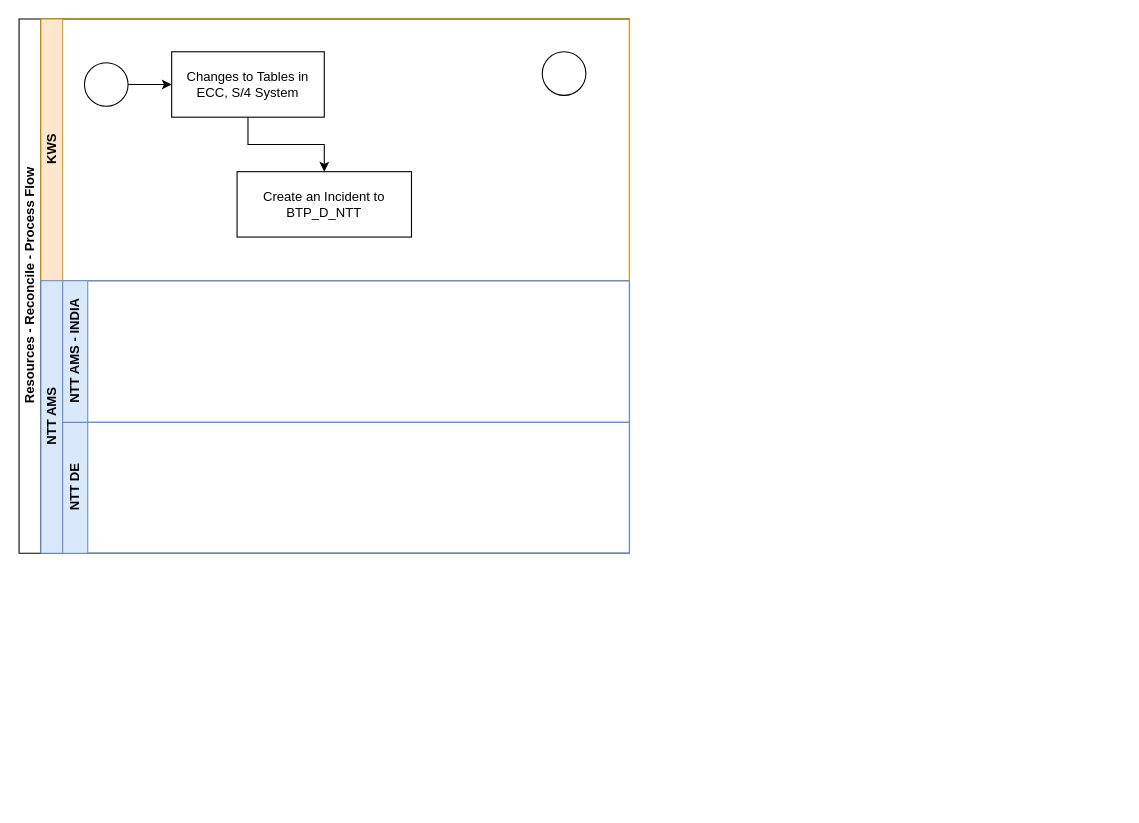
Earlier version of the draw.io diagram Untitled Diagram.drawio (sharathmg-sap/code-ux). Source tidied: cells renumbered, new cells numbered last; positions are measured from the earlier drawing's top-left corner, leaving out a move shared by most shapes. Both pictures are drawn from the tidied source at 109%, with x=0, y=0 at pixel (19, 19).
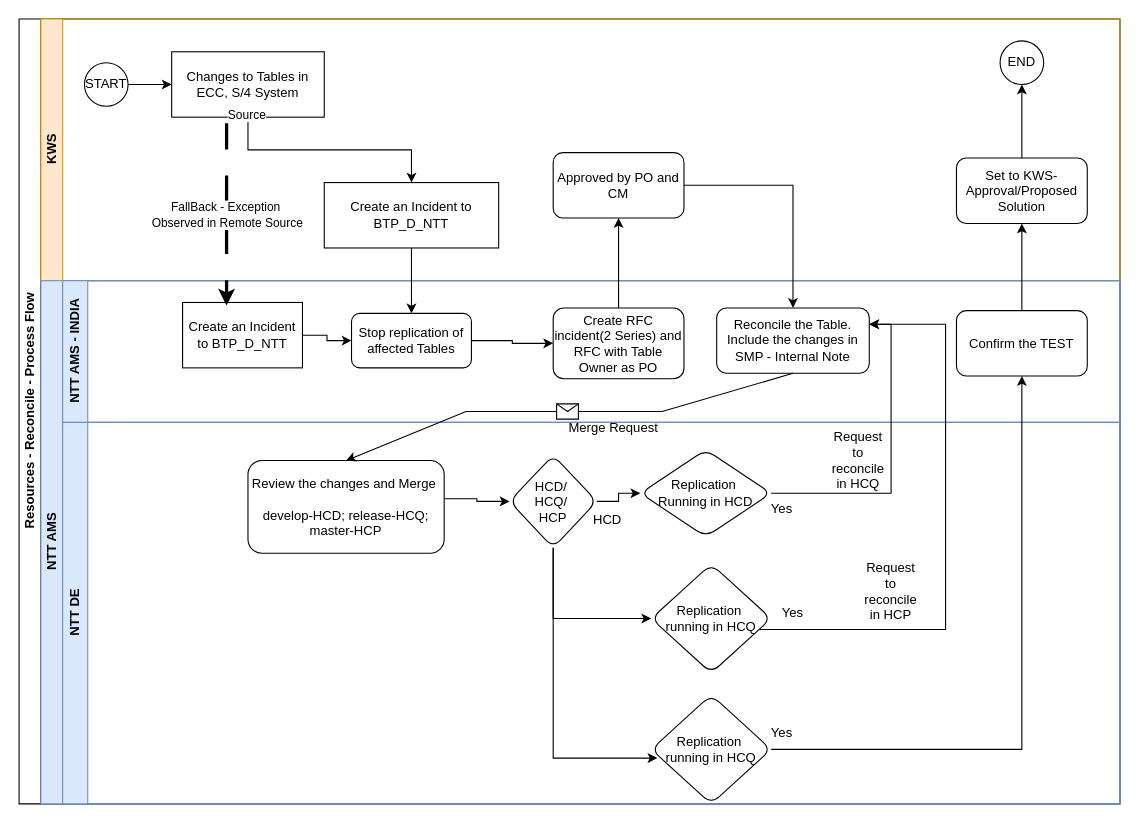
Above is the later version.

Unchanged cells that the change refers to:
```xml
<mxCell id="7" value="Changes to Tables in ECC, S/4 System" style="rounded=0;whiteSpace=wrap;html=1;fontFamily=Helvetica;fontSize=12;fontColor=#000000;align=center;" parent="3" vertex="1">
  <mxGeometry x="120" y="30" width="140" height="60" as="geometry" />
</mxCell>
```

Change to the diagram source:
```diff
@@
     <mxCell id="2" value="Resources - Reconcile - Process Flow" style="swimlane;html=1;horizontal=0;startSize=20;" parent="1" vertex="1">
-      <mxGeometry width="560" height="490" as="geometry" />
+      <mxGeometry width="1010" height="720" as="geometry" />
     </mxCell>
     <mxCell id="3" value="KWS" style="swimlane;html=1;startSize=20;horizontal=0;fillColor=#ffe6cc;strokeColor=#d79b00;" parent="2" vertex="1">
-      <mxGeometry x="20" width="540" height="240" as="geometry" />
+      <mxGeometry x="20" width="990" height="240" as="geometry" />
     </mxCell>
@@
-    <mxCell id="5" style="ellipse;whiteSpace=wrap;html=1;" parent="3" vertex="1">
+    <mxCell id="5" value="START" style="ellipse;whiteSpace=wrap;html=1;" parent="3" vertex="1">
       <mxGeometry x="40" y="40" width="40" height="40" as="geometry" />
     </mxCell>
@@
     <mxCell id="8" value="Create an Incident to BTP_D_NTT" style="rounded=0;whiteSpace=wrap;html=1;fontFamily=Helvetica;fontSize=12;fontColor=#000000;align=center;" parent="3" vertex="1">
-      <mxGeometry x="180" y="140" width="160" height="60" as="geometry" />
+      <mxGeometry x="260" y="150" width="160" height="60" as="geometry" />
     </mxCell>
-    <mxCell id="9" style="ellipse;whiteSpace=wrap;html=1;" parent="3" vertex="1">
-      <mxGeometry x="460" y="30" width="40" height="40" as="geometry" />
+    <mxCell id="9" value="END" style="ellipse;whiteSpace=wrap;html=1;" parent="3" vertex="1">
+      <mxGeometry x="880" y="20" width="40" height="40" as="geometry" />
     </mxCell>
+    <mxCell id="13" value="Approved by PO and CM" style="whiteSpace=wrap;html=1;rounded=1;" parent="3" vertex="1">
+      <mxGeometry x="470" y="122.5" width="120" height="60" as="geometry" />
+    </mxCell>
+    <mxCell id="14" style="edgeStyle=orthogonalEdgeStyle;rounded=0;jettySize=auto;html=1;entryX=0.5;entryY=1;entryDx=0;entryDy=0;" parent="3" edge="1" source="15" target="9">
+      <mxGeometry relative="1" as="geometry" />
+    </mxCell>
+    <mxCell id="15" value="Set to KWS-Approval/Proposed Solution" style="rounded=1;whiteSpace=wrap;html=1;" parent="3" vertex="1">
+      <mxGeometry x="840" y="127.5" width="120" height="60" as="geometry" />
+    </mxCell>
     <mxCell id="10" value="NTT AMS" style="swimlane;html=1;startSize=20;horizontal=0;fillColor=#dae8fc;strokeColor=#6c8ebf;" parent="2" vertex="1">
-      <mxGeometry x="20" y="240" width="540" height="250" as="geometry" />
+      <mxGeometry x="20" y="240" width="990" height="480" as="geometry" />
     </mxCell>
     <mxCell id="11" value="NTT DE" style="swimlane;horizontal=0;whiteSpace=wrap;html=1;fillColor=#dae8fc;strokeColor=#6c8ebf;" parent="10" vertex="1">
-      <mxGeometry x="20" y="130" width="520" height="120" as="geometry" />
+      <mxGeometry x="20" y="130" width="970" height="350" as="geometry" />
     </mxCell>
+    <mxCell id="16" style="edgeStyle=orthogonalEdgeStyle;rounded=0;jettySize=auto;html=1;exitX=1;exitY=0.412;exitDx=0;exitDy=0;exitPerimeter=0;" parent="11" edge="1" source="17" target="24">
+      <mxGeometry relative="1" as="geometry" />
+    </mxCell>
+    <mxCell id="17" value="Review the changes and Merge&amp;nbsp;&lt;div&gt;&amp;nbsp;&lt;div&gt;develop-HCD; release-HCQ; master-HCP&lt;/div&gt;&lt;/div&gt;" style="rounded=1;whiteSpace=wrap;html=1;" parent="11" vertex="1">
+      <mxGeometry x="170" y="35" width="180" height="85" as="geometry" />
+    </mxCell>
+    <mxCell id="18" value="Merge Request" style="text;html=1;align=center;verticalAlign=middle;strokeColor=none;fillColor=none;" parent="11" vertex="1">
+      <mxGeometry x="450" y="-10" width="110" height="30" as="geometry" />
+    </mxCell>
+    <mxCell id="19" value="Replication&amp;nbsp;&lt;div&gt;Running in HCD&lt;/div&gt;" style="rhombus;whiteSpace=wrap;html=1;rounded=1;" parent="11" vertex="1">
+      <mxGeometry x="530" y="25" width="120" height="80" as="geometry" />
+    </mxCell>
+    <mxCell id="20" value="Yes" style="text;html=1;align=center;verticalAlign=middle;whiteSpace=wrap;rounded=0;" parent="11" vertex="1">
+      <mxGeometry x="630" y="65" width="60" height="30" as="geometry" />
+    </mxCell>
+    <mxCell id="21" value="Request to reconcile in HCQ" style="text;html=1;align=center;verticalAlign=middle;whiteSpace=wrap;rounded=0;" parent="11" vertex="1">
+      <mxGeometry x="700" y="20" width="60" height="30" as="geometry" />
+    </mxCell>
+    <mxCell id="22" style="edgeStyle=orthogonalEdgeStyle;rounded=0;jettySize=auto;html=1;entryX=0;entryY=0.5;entryDx=0;entryDy=0;" parent="11" edge="1" source="24" target="19">
+      <mxGeometry relative="1" as="geometry" />
+    </mxCell>
+    <mxCell id="23" style="edgeStyle=orthogonalEdgeStyle;rounded=0;jettySize=auto;html=1;" parent="11" edge="1" source="24" target="26">
+      <mxGeometry relative="1" as="geometry">
+        <Array as="points">
+          <mxPoint x="450" y="180" />
+        </Array>
+      </mxGeometry>
+    </mxCell>
+    <mxCell id="24" value="HCD/&amp;nbsp;&lt;div&gt;HCQ/&amp;nbsp;&lt;/div&gt;&lt;div&gt;HCP&lt;/div&gt;" style="rhombus;whiteSpace=wrap;html=1;rounded=1;" parent="11" vertex="1">
+      <mxGeometry x="410" y="30" width="80" height="85" as="geometry" />
+    </mxCell>
+    <mxCell id="25" value="HCD" style="text;html=1;align=center;verticalAlign=middle;whiteSpace=wrap;rounded=0;" parent="11" vertex="1">
+      <mxGeometry x="470" y="75" width="60" height="30" as="geometry" />
+    </mxCell>
+    <mxCell id="26" value="Replication&amp;nbsp;&lt;div&gt;running in HCQ&lt;/div&gt;" style="rhombus;whiteSpace=wrap;html=1;rounded=1;" parent="11" vertex="1">
+      <mxGeometry x="540" y="130" width="110" height="100" as="geometry" />
+    </mxCell>
+    <mxCell id="27" value="Request to reconcile in HCP" style="text;html=1;align=center;verticalAlign=middle;whiteSpace=wrap;rounded=0;" parent="11" vertex="1">
+      <mxGeometry x="730" y="140" width="60" height="30" as="geometry" />
+    </mxCell>
+    <mxCell id="28" value="Yes" style="text;html=1;align=center;verticalAlign=middle;whiteSpace=wrap;rounded=0;" parent="11" vertex="1">
+      <mxGeometry x="630" y="270" width="60" height="30" as="geometry" />
+    </mxCell>
+    <mxCell id="29" value="Yes" style="text;html=1;align=center;verticalAlign=middle;whiteSpace=wrap;rounded=0;" parent="11" vertex="1">
+      <mxGeometry x="640" y="160" width="60" height="30" as="geometry" />
+    </mxCell>
     <mxCell id="12" value="NTT AMS - INDIA" style="swimlane;horizontal=0;whiteSpace=wrap;html=1;fillColor=#dae8fc;strokeColor=#6c8ebf;" parent="10" vertex="1">
-      <mxGeometry x="20" width="520" height="130" as="geometry" />
+      <mxGeometry x="20" width="970" height="130" as="geometry" />
     </mxCell>
+    <mxCell id="30" style="edgeStyle=orthogonalEdgeStyle;rounded=0;jettySize=auto;html=1;entryX=0;entryY=0.5;entryDx=0;entryDy=0;" parent="12" edge="1" source="31" target="33">
+      <mxGeometry relative="1" as="geometry" />
+    </mxCell>
+    <mxCell id="31" value="Create an Incident to BTP_D_NTT" style="rounded=0;whiteSpace=wrap;html=1;fontFamily=Helvetica;fontSize=12;fontColor=#000000;align=center;" parent="12" vertex="1">
+      <mxGeometry x="110" y="20" width="110" height="60" as="geometry" />
+    </mxCell>
+    <mxCell id="32" style="edgeStyle=orthogonalEdgeStyle;rounded=0;jettySize=auto;html=1;entryX=0;entryY=0.5;entryDx=0;entryDy=0;" parent="12" edge="1" source="33" target="34">
+      <mxGeometry relative="1" as="geometry" />
+    </mxCell>
+    <mxCell id="33" value="Stop replication of affected Tables" style="rounded=1;whiteSpace=wrap;html=1;" parent="12" vertex="1">
+      <mxGeometry x="265" y="30" width="110" height="50" as="geometry" />
+    </mxCell>
+    <mxCell id="34" value="Create RFC incident(2 Series) and RFC with Table Owner as PO" style="whiteSpace=wrap;html=1;rounded=1;" parent="12" vertex="1">
+      <mxGeometry x="450" y="25" width="120" height="65" as="geometry" />
+    </mxCell>
+    <mxCell id="35" value="Reconcile the Table. Include the changes in SMP - Internal Note" style="whiteSpace=wrap;html=1;rounded=1;" parent="12" vertex="1">
+      <mxGeometry x="600" y="25" width="140" height="60" as="geometry" />
+    </mxCell>
+    <mxCell id="36" value="Confirm the TEST" style="rounded=1;whiteSpace=wrap;html=1;" parent="12" vertex="1">
+      <mxGeometry x="820" y="27.5" width="120" height="60" as="geometry" />
+    </mxCell>
+    <mxCell id="37" style="endArrow=none;html=1;rounded=0;entryX=0.5;entryY=1;entryDx=0;entryDy=0;exitX=0.5;exitY=0;exitDx=0;exitDy=0;endFill=0;startArrow=classic;startFill=1;" parent="10" edge="1" source="17" target="35">
+      <mxGeometry relative="1" as="geometry">
+        <Array as="points">
+          <mxPoint x="390" y="120" />
+          <mxPoint x="570" y="120" />
+        </Array>
+      </mxGeometry>
+    </mxCell>
+    <mxCell id="38" style="shape=message;html=1;" parent="37" vertex="1">
+      <mxGeometry width="20" height="14" relative="1" as="geometry">
+        <mxPoint x="-10" y="-7" as="offset" />
+      </mxGeometry>
+    </mxCell>
+    <mxCell id="39" style="edgeStyle=orthogonalEdgeStyle;rounded=0;jettySize=auto;html=1;entryX=1;entryY=0.25;entryDx=0;entryDy=0;" parent="10" edge="1" source="19" target="35">
+      <mxGeometry relative="1" as="geometry">
+        <Array as="points">
+          <mxPoint x="780" y="195" />
+          <mxPoint x="780" y="40" />
+        </Array>
+      </mxGeometry>
+    </mxCell>
+    <mxCell id="40" style="edgeStyle=orthogonalEdgeStyle;rounded=0;jettySize=auto;html=1;entryX=1;entryY=0.25;entryDx=0;entryDy=0;" parent="10" edge="1" source="26" target="35">
+      <mxGeometry relative="1" as="geometry">
+        <Array as="points">
+          <mxPoint x="830" y="320" />
+          <mxPoint x="830" y="40" />
+        </Array>
+      </mxGeometry>
+    </mxCell>
+    <mxCell id="41" style="endArrow=classic;html=1;rounded=0;exitX=0.36;exitY=1.093;exitDx=0;exitDy=0;exitPerimeter=0;dashed=1;dashPattern=8 8;strokeWidth=3;entryX=0.367;entryY=0.047;entryDx=0;entryDy=0;entryPerimeter=0;" parent="2" edge="1" source="7" target="31">
+      <mxGeometry relative="1" as="geometry" />
+    </mxCell>
+    <mxCell id="42" value="FallBack - Exception&amp;nbsp;&lt;div&gt;Observed in Remote Source&lt;/div&gt;" style="edgeLabel;html=1;align=center;verticalAlign=middle;" parent="41" vertex="1">
+      <mxGeometry relative="1" as="geometry" />
+    </mxCell>
+    <mxCell id="43" value="Source" style="edgeLabel;html=1;align=left;verticalAlign=bottom;" parent="41" vertex="1">
+      <mxGeometry x="-1" relative="1" as="geometry" />
+    </mxCell>
+    <mxCell id="44" style="edgeStyle=orthogonalEdgeStyle;rounded=0;jettySize=auto;html=1;entryX=0.5;entryY=0;entryDx=0;entryDy=0;" parent="2" edge="1" source="8" target="33">
+      <mxGeometry relative="1" as="geometry" />
+    </mxCell>
+    <mxCell id="45" style="edgeStyle=orthogonalEdgeStyle;rounded=0;jettySize=auto;html=1;" parent="2" edge="1" source="34" target="13">
+      <mxGeometry relative="1" as="geometry" />
+    </mxCell>
+    <mxCell id="46" style="edgeStyle=orthogonalEdgeStyle;rounded=0;jettySize=auto;html=1;" parent="2" edge="1" source="13" target="35">
+      <mxGeometry relative="1" as="geometry" />
+    </mxCell>
+    <mxCell id="47" style="edgeStyle=orthogonalEdgeStyle;rounded=0;jettySize=auto;html=1;" parent="2" edge="1" source="36" target="15">
+      <mxGeometry relative="1" as="geometry" />
+    </mxCell>
+    <mxCell id="48" style="edgeStyle=orthogonalEdgeStyle;rounded=0;jettySize=auto;html=1;" parent="1" edge="1" source="49" target="36">
+      <mxGeometry relative="1" as="geometry" />
+    </mxCell>
+    <mxCell id="49" value="Replication&amp;nbsp;&lt;div&gt;running in HCQ&lt;/div&gt;" style="rhombus;whiteSpace=wrap;html=1;rounded=1;" parent="1" vertex="1">
+      <mxGeometry x="580" y="620" width="110" height="100" as="geometry" />
+    </mxCell>
+    <mxCell id="50" style="edgeStyle=orthogonalEdgeStyle;rounded=0;jettySize=auto;html=1;entryX=0.051;entryY=0.58;entryDx=0;entryDy=0;entryPerimeter=0;" parent="1" edge="1" source="24" target="49">
+      <mxGeometry relative="1" as="geometry">
+        <Array as="points">
+          <mxPoint x="490" y="678" />
+        </Array>
+      </mxGeometry>
+    </mxCell>
```
